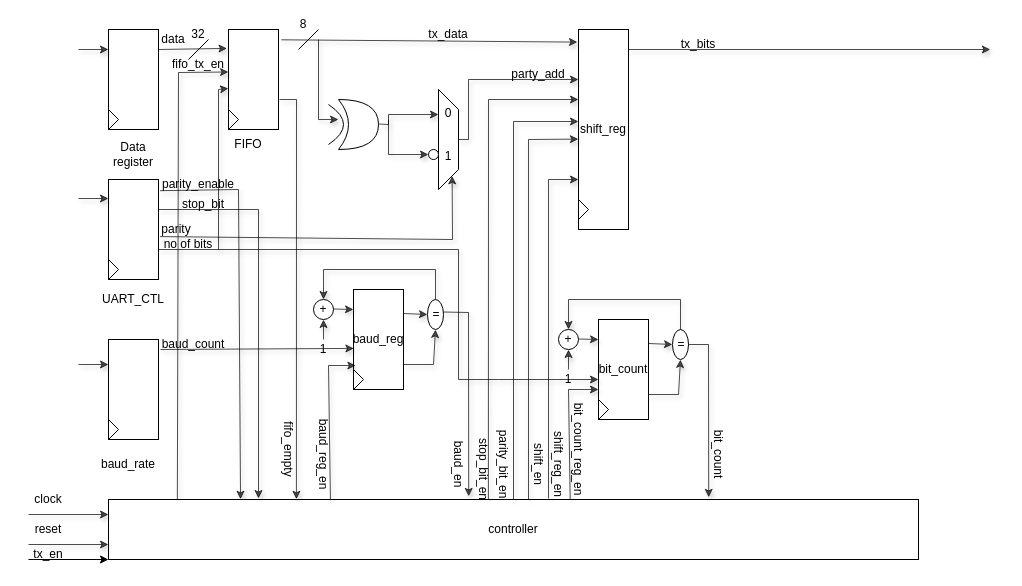
MuhammadBoota09299/Computer_Architecture_Lab keeps this draw.io diagram as page "Page-1" (1 of 2) of uart/docs/UART_Tx.drawio. Above is the earlier version. Source tidied: cells renumbered, new cells numbered last; positions are measured from the earlier drawing's top-left corner, leaving out a move shared by most shapes. Both pictures are drawn from the tidied source at 100%, with x=0, y=0 at pixel (18, 19).
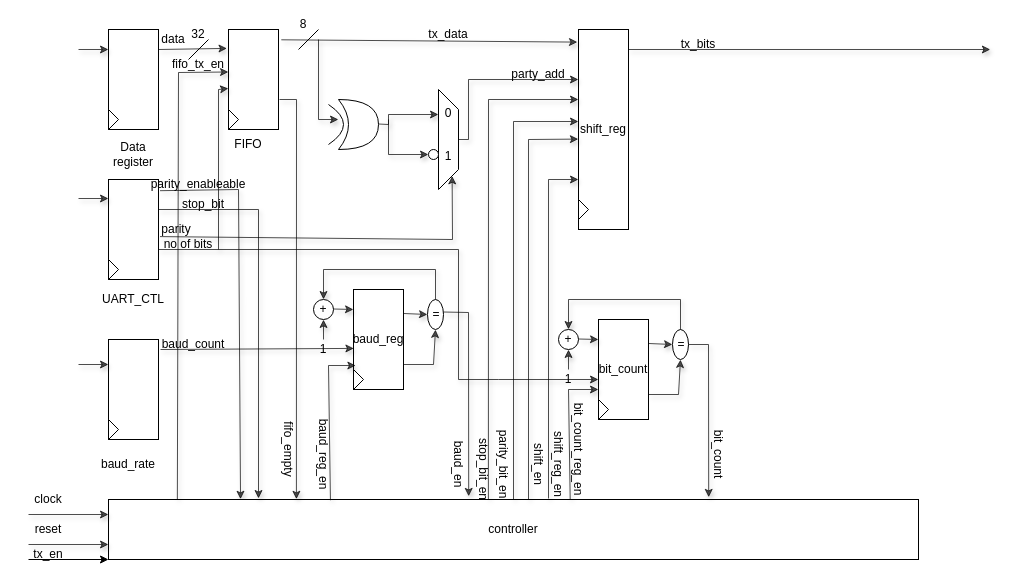
After the change.

What changed in the source:
```diff
@@
-    <mxCell id="17" value="parity_enable" style="text;html=1;align=center;verticalAlign=middle;whiteSpace=wrap;rounded=0;" parent="1" vertex="1">
+    <mxCell id="17" value="parity_enableable" style="text;html=1;align=center;verticalAlign=middle;whiteSpace=wrap;rounded=0;" parent="1" vertex="1">
       <mxGeometry x="150" y="150" width="60" height="30" as="geometry" />
     </mxCell>
```
